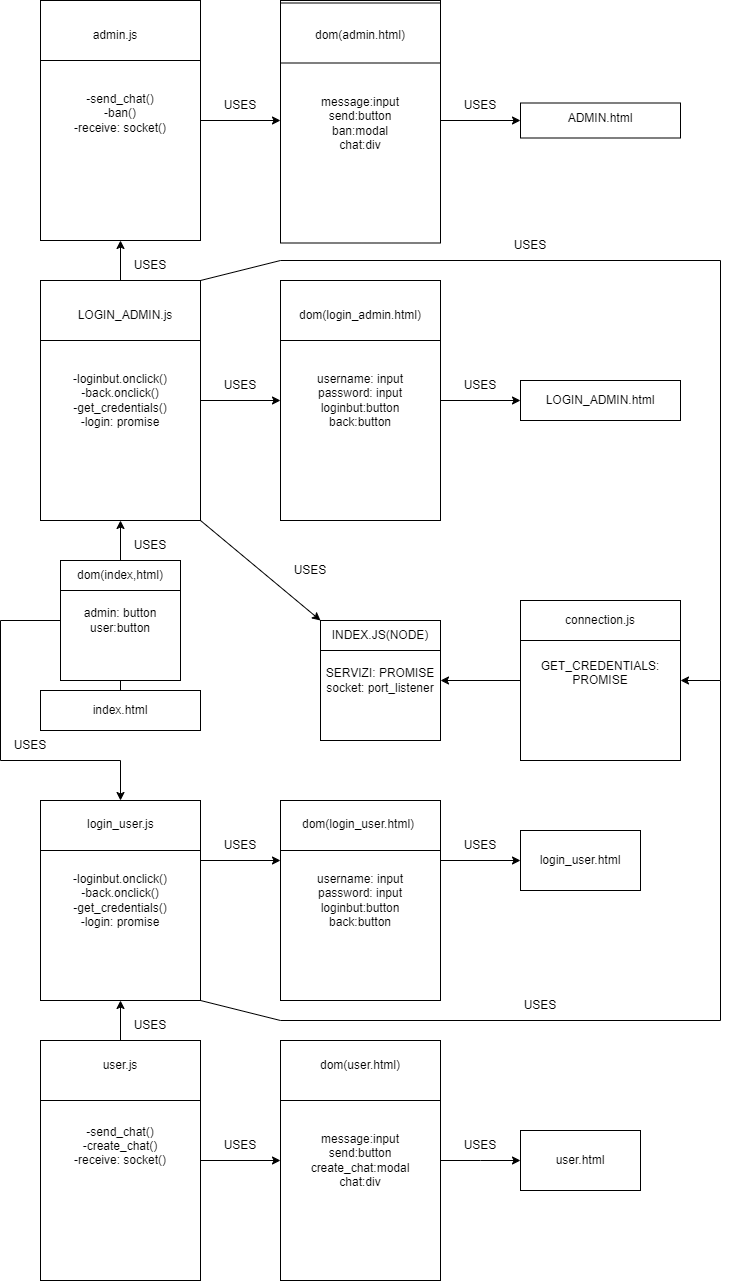
teemoisaslave/Chat keeps this draw.io diagram as public/Diagrammi/OBJ_MODEL_CHAT.drawio.png. Above is the earlier version. Source tidied: cells renumbered, new cells last; positions are measured from the earlier drawing's top-left corner, leaving out a move shared by most shapes.
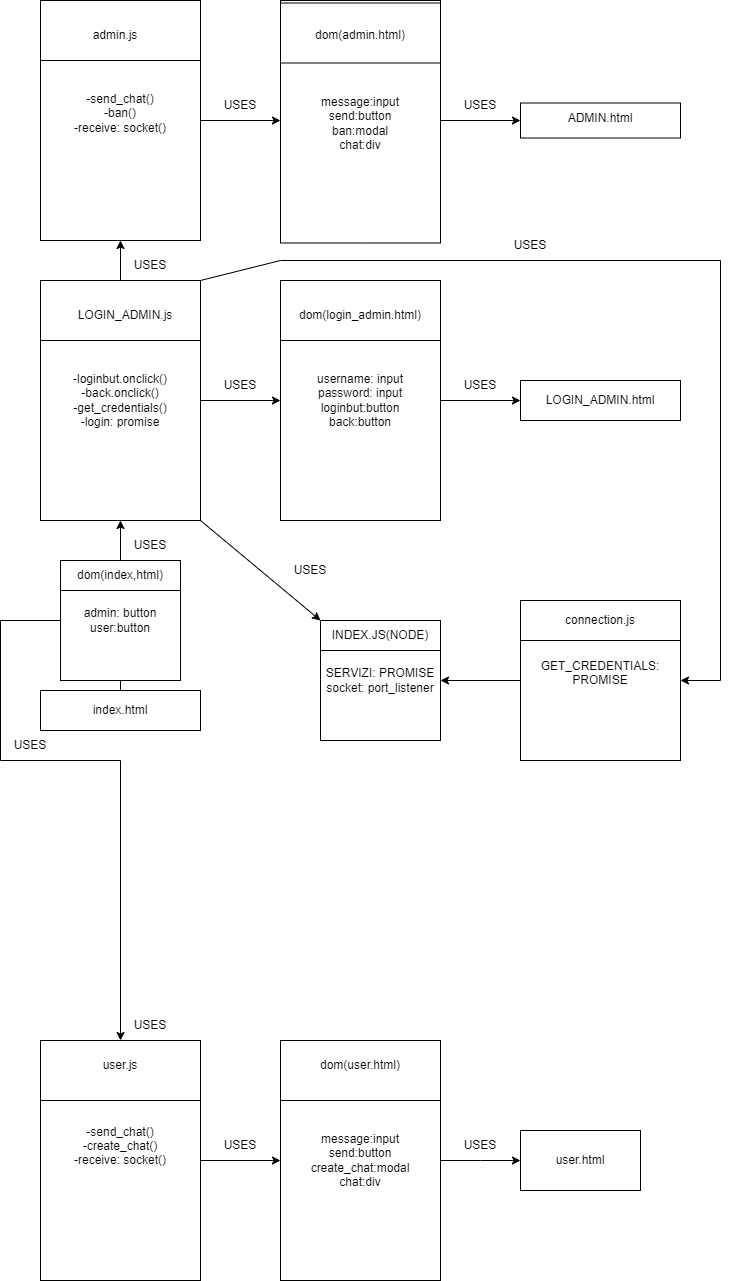
Above is the later version.

The edit, as a diff of the source:
```diff
@@ -103,74 +103,15 @@
     <mxCell id="34" value="dom(user.html)" style="text;html=1;align=center;verticalAlign=middle;whiteSpace=wrap;rounded=0;" parent="1" vertex="1">
       <mxGeometry x="330" y="1050" width="60" height="30" as="geometry" />
     </mxCell>
-    <mxCell id="35" style="edgeStyle=orthogonalEdgeStyle;rounded=0;orthogonalLoop=1;jettySize=auto;html=1;entryX=0;entryY=0.5;entryDx=0;entryDy=0;" parent="1" edge="1">
-      <mxGeometry relative="1" as="geometry">
-        <mxPoint x="200" y="860" as="sourcePoint" />
-        <mxPoint x="280" y="860" as="targetPoint" />
-      </mxGeometry>
-    </mxCell>
-    <mxCell id="36" style="edgeStyle=orthogonalEdgeStyle;rounded=0;orthogonalLoop=1;jettySize=auto;html=1;entryX=0;entryY=0.5;entryDx=0;entryDy=0;" parent="1" edge="1">
-      <mxGeometry relative="1" as="geometry">
-        <mxPoint x="440" y="860" as="sourcePoint" />
-        <mxPoint x="520" y="860" as="targetPoint" />
-      </mxGeometry>
-    </mxCell>
-    <mxCell id="37" style="endArrow=none;html=1;rounded=0;exitX=0;exitY=0.25;exitDx=0;exitDy=0;entryX=1;entryY=0.25;entryDx=0;entryDy=0;" parent="1" edge="1">
-      <mxGeometry relative="1" as="geometry">
-        <mxPoint x="40" y="800" as="sourcePoint" />
-        <mxPoint x="200" y="800" as="targetPoint" />
-      </mxGeometry>
-    </mxCell>
-    <mxCell id="38" style="endArrow=none;html=1;rounded=0;exitX=0;exitY=0.25;exitDx=0;exitDy=0;entryX=1;entryY=0.25;entryDx=0;entryDy=0;" parent="1" edge="1">
-      <mxGeometry relative="1" as="geometry">
-        <mxPoint x="280" y="800" as="sourcePoint" />
-        <mxPoint x="440" y="800" as="targetPoint" />
-      </mxGeometry>
-    </mxCell>
-    <mxCell id="39" value="USES" style="text;html=1;align=center;verticalAlign=middle;whiteSpace=wrap;rounded=0;" parent="1" vertex="1">
-      <mxGeometry x="450" y="830" width="60" height="30" as="geometry" />
-    </mxCell>
-    <mxCell id="40" value="USES" style="text;html=1;align=center;verticalAlign=middle;whiteSpace=wrap;rounded=0;" parent="1" vertex="1">
-      <mxGeometry x="210" y="830" width="60" height="30" as="geometry" />
-    </mxCell>
     <mxCell id="41" value="USES" style="text;html=1;align=center;verticalAlign=middle;whiteSpace=wrap;rounded=0;" parent="1" vertex="1">
       <mxGeometry x="210" y="1130" width="60" height="30" as="geometry" />
     </mxCell>
     <mxCell id="42" value="USES" style="text;html=1;align=center;verticalAlign=middle;whiteSpace=wrap;rounded=0;" parent="1" vertex="1">
       <mxGeometry x="450" y="1130" width="60" height="30" as="geometry" />
     </mxCell>
-    <mxCell id="43" style="endArrow=classic;html=1;rounded=0;exitX=0.5;exitY=0;exitDx=0;exitDy=0;" parent="1" edge="1" source="28">
-      <mxGeometry relative="1" as="geometry">
-        <mxPoint x="120" y="1000" as="targetPoint" />
-      </mxGeometry>
-    </mxCell>
     <mxCell id="44" value="USES" style="text;html=1;align=center;verticalAlign=middle;whiteSpace=wrap;rounded=0;" parent="1" vertex="1">
       <mxGeometry x="120" y="1010" width="60" height="30" as="geometry" />
     </mxCell>
-    <mxCell id="45" value="&lt;div&gt;username: input&lt;/div&gt;&lt;div&gt;password: input&lt;/div&gt;&lt;div&gt;loginbut:button&lt;/div&gt;&lt;div&gt;back:button&lt;br&gt;&lt;/div&gt;" style="rounded=0;whiteSpace=wrap;html=1;" parent="1" vertex="1">
-      <mxGeometry x="280" y="800" width="160" height="200" as="geometry" />
-    </mxCell>
-    <mxCell id="46" value="&lt;div&gt;-loginbut.onclick()&lt;/div&gt;&lt;div&gt;-back.onclick()&lt;/div&gt;&lt;div&gt;-get_credentials()&lt;/div&gt;&lt;div&gt;-login: promise&lt;br&gt;&lt;/div&gt;" style="rounded=0;whiteSpace=wrap;html=1;" parent="1" vertex="1">
-      <mxGeometry x="40" y="800" width="160" height="200" as="geometry" />
-    </mxCell>
-    <mxCell id="47" style="endArrow=none;html=1;rounded=0;exitX=0;exitY=0.25;exitDx=0;exitDy=0;entryX=1;entryY=0.25;entryDx=0;entryDy=0;" parent="1" edge="1" source="46" target="46">
-      <mxGeometry relative="1" as="geometry" />
-    </mxCell>
-    <mxCell id="48" style="endArrow=none;html=1;rounded=0;entryX=1;entryY=0.25;entryDx=0;entryDy=0;exitX=0;exitY=0.25;exitDx=0;exitDy=0;" parent="1" edge="1" source="45" target="45">
-      <mxGeometry relative="1" as="geometry" />
-    </mxCell>
-    <mxCell id="49" value="login_user.js" style="text;whiteSpace=wrap;html=1;" parent="1" vertex="1">
-      <mxGeometry x="85" y="810" width="70" height="40" as="geometry" />
-    </mxCell>
-    <mxCell id="50" value="dom(login_user.html)" style="text;whiteSpace=wrap;html=1;" parent="1" vertex="1">
-      <mxGeometry x="300" y="810" width="120" height="40" as="geometry" />
-    </mxCell>
-    <mxCell id="51" style="rounded=0;whiteSpace=wrap;html=1;" parent="1" vertex="1">
-      <mxGeometry x="520" y="830" width="120" height="60" as="geometry" />
-    </mxCell>
-    <mxCell id="52" value="login_user.html" style="text;html=1;align=center;verticalAlign=middle;whiteSpace=wrap;rounded=0;" parent="1" vertex="1">
-      <mxGeometry x="550" y="845" width="60" height="30" as="geometry" />
-    </mxCell>
     <mxCell id="53" style="rounded=0;whiteSpace=wrap;html=1;" parent="1" vertex="1">
       <mxGeometry x="520" y="1130" width="120" height="60" as="geometry" />
     </mxCell>
@@ -221,7 +162,7 @@
         <mxPoint y="760" as="targetPoint" />
       </mxGeometry>
     </mxCell>
-    <mxCell id="67" style="endArrow=classic;html=1;rounded=0;entryX=0.5;entryY=0;entryDx=0;entryDy=0;" parent="1" edge="1" target="46">
+    <mxCell id="67" style="endArrow=classic;html=1;rounded=0;entryX=0;entryY=1;entryDx=0;entryDy=0;" parent="1" edge="1" target="44">
       <mxGeometry relative="1" as="geometry">
         <mxPoint x="120" y="760" as="sourcePoint" />
       </mxGeometry>
@@ -255,23 +196,6 @@
         <mxPoint x="720" y="260" as="targetPoint" />
       </mxGeometry>
     </mxCell>
-    <mxCell id="74" style="endArrow=none;html=1;rounded=0;exitX=1;exitY=1;exitDx=0;exitDy=0;" parent="1" edge="1" source="46">
-      <mxGeometry relative="1" as="geometry">
-        <mxPoint x="280" y="1020" as="targetPoint" />
-      </mxGeometry>
-    </mxCell>
-    <mxCell id="75" style="endArrow=none;html=1;rounded=0;" parent="1" edge="1">
-      <mxGeometry relative="1" as="geometry">
-        <mxPoint x="280" y="1020" as="sourcePoint" />
-        <mxPoint x="720" y="1020" as="targetPoint" />
-      </mxGeometry>
-    </mxCell>
-    <mxCell id="76" style="endArrow=none;html=1;rounded=0;" parent="1" edge="1">
-      <mxGeometry relative="1" as="geometry">
-        <mxPoint x="720" y="1020" as="sourcePoint" />
-        <mxPoint x="720" y="680" as="targetPoint" />
-      </mxGeometry>
-    </mxCell>
     <mxCell id="77" style="endArrow=classic;html=1;rounded=0;entryX=1;entryY=0.5;entryDx=0;entryDy=0;" parent="1" edge="1" target="55">
       <mxGeometry relative="1" as="geometry">
         <mxPoint x="720" y="680" as="sourcePoint" />
@@ -292,9 +216,6 @@
     <mxCell id="82" value="USES" style="text;html=1;align=center;verticalAlign=middle;whiteSpace=wrap;rounded=0;" parent="1" vertex="1">
       <mxGeometry x="500" y="230" width="60" height="30" as="geometry" />
     </mxCell>
-    <mxCell id="83" value="USES" style="text;html=1;align=center;verticalAlign=middle;whiteSpace=wrap;rounded=0;" parent="1" vertex="1">
-      <mxGeometry x="510" y="990" width="60" height="30" as="geometry" />
-    </mxCell>
     <mxCell id="84" style="endArrow=classic;html=1;rounded=0;exitX=1;exitY=1;exitDx=0;exitDy=0;entryX=0;entryY=0;entryDx=0;entryDy=0;" parent="1" edge="1" source="3" target="79">
       <mxGeometry relative="1" as="geometry" />
     </mxCell>
```
